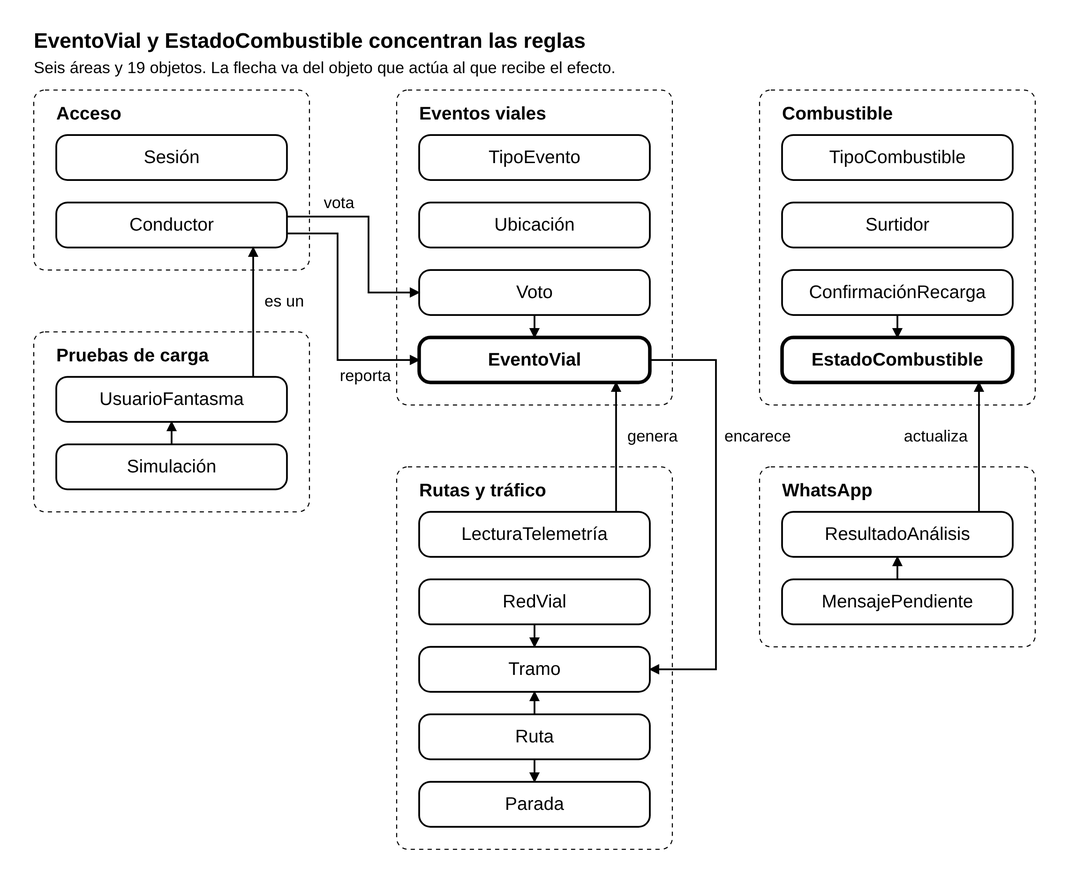
Above: 03_des/02_Arquitectura/diagramas/ARQ-03_ModeloDominio.png in uniWASD/ChuroViajeInterno (PlantUML), before the change. Its source is kept beside it as 03_des/02_Arquitectura/diagramas/ARQ-03_ModeloDominio.puml. The source it was exported from:
```plantuml
@startuml ARQ-03_ModeloDominio

skinparam monochrome true
skinparam shadowing false
skinparam backgroundColor transparent
skinparam defaultFontName Arial
skinparam defaultFontSize 13
skinparam defaultFontColor black
skinparam ArrowColor black
skinparam packageStyle rectangle
skinparam packageBackgroundColor white
skinparam classBackgroundColor white
hide empty members
hide circle

title EventoVial y EstadoCombustible concentran las reglas
caption La flecha va del objeto que actúa al que recibe el efecto.

package "Acceso" {
  class "Sesión" as Sesion
  class Conductor
}

package "Pruebas de carga" {
  class UsuarioFantasma
  class "Simulación" as Simulacion
}

package "Eventos viales" {
  class TipoEvento
  class "Ubicación" as Ubicacion
  class Voto
  class EventoVial <<concentra reglas>>
}

package "Rutas y tráfico" {
  class "LecturaTelemetría" as LecturaTelemetria
  class RedVial
  class Tramo
  class Ruta
  class Parada
}

package "Combustible" {
  class TipoCombustible
  class Surtidor
  class "ConfirmaciónRecarga" as ConfirmacionRecarga
  class EstadoCombustible <<concentra reglas>>
}

package "WhatsApp" {
  class "ResultadoAnálisis" as ResultadoAnalisis
  class MensajePendiente
}

Conductor --> Voto : vota
Conductor --> EventoVial : reporta
UsuarioFantasma --|> Conductor : es un
Simulacion --> UsuarioFantasma : crea
Voto --> EventoVial : sobre
LecturaTelemetria --> EventoVial : genera
EventoVial --> Tramo : encarece
RedVial *-- Tramo : contiene
Ruta --> Tramo : recorre
Ruta *-- Parada : tiene
ConfirmacionRecarga --> EstadoCombustible : actualiza
ResultadoAnalisis --> EstadoCombustible : actualiza
MensajePendiente --> ResultadoAnalisis : se analiza en

Sesion --> Conductor : pertenece a
EventoVial --> TipoEvento : es de un
EventoVial --> Ubicacion : ocurre en
EstadoCombustible --> Surtidor : de un
EstadoCombustible --> TipoCombustible : de un

@enduml
```
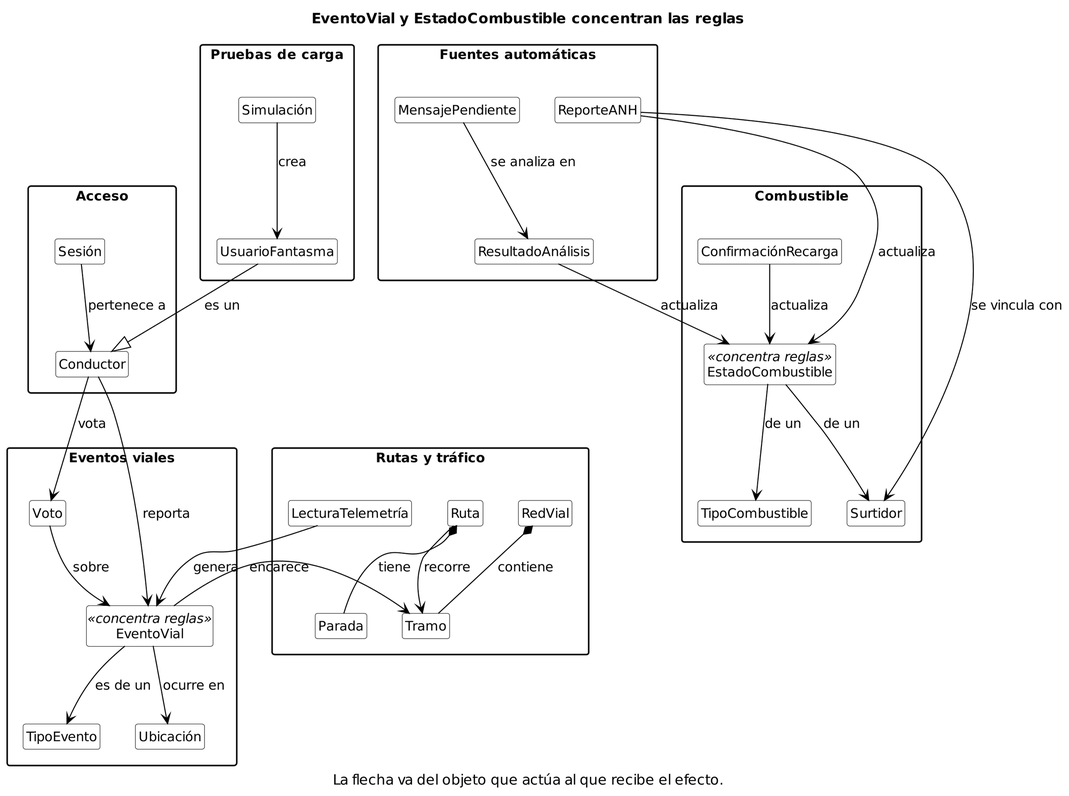
The same diagram one commit later.

The edit, as a diff of the source:
```diff
@@ -48,9 +48,10 @@
   class EstadoCombustible <<concentra reglas>>
 }
 
-package "WhatsApp" {
+package "Fuentes automáticas" {
   class "ResultadoAnálisis" as ResultadoAnalisis
   class MensajePendiente
+  class ReporteANH
 }
 
 Conductor --> Voto : vota
@@ -65,6 +66,7 @@
 Ruta *-- Parada : tiene
 ConfirmacionRecarga --> EstadoCombustible : actualiza
 ResultadoAnalisis --> EstadoCombustible : actualiza
+ReporteANH --> EstadoCombustible : actualiza
 MensajePendiente --> ResultadoAnalisis : se analiza en
 
 Sesion --> Conductor : pertenece a
@@ -72,5 +74,6 @@
 EventoVial --> Ubicacion : ocurre en
 EstadoCombustible --> Surtidor : de un
 EstadoCombustible --> TipoCombustible : de un
+ReporteANH --> Surtidor : se vincula con
 
 @enduml
```
